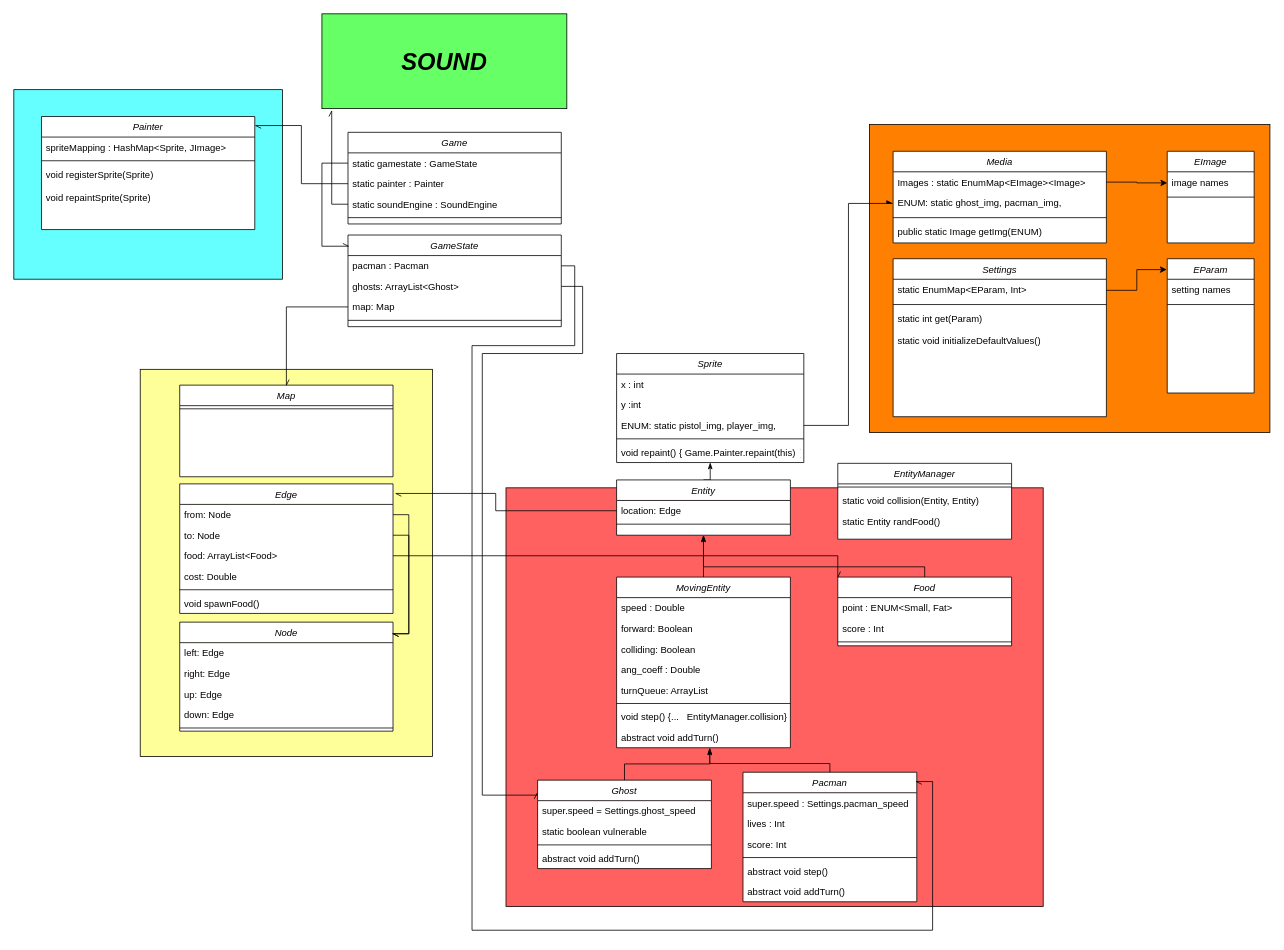
Above: ClassDiagram.drawio in cerfedino/SwingPacman (draw.io), before the change. Source tidied: cells renumbered, new cells numbered last; positions are measured from the earlier drawing's top-left corner, leaving out a move shared by most shapes. Both pictures are drawn from the tidied source at 79%, with x=0, y=0 at pixel (13, 13).
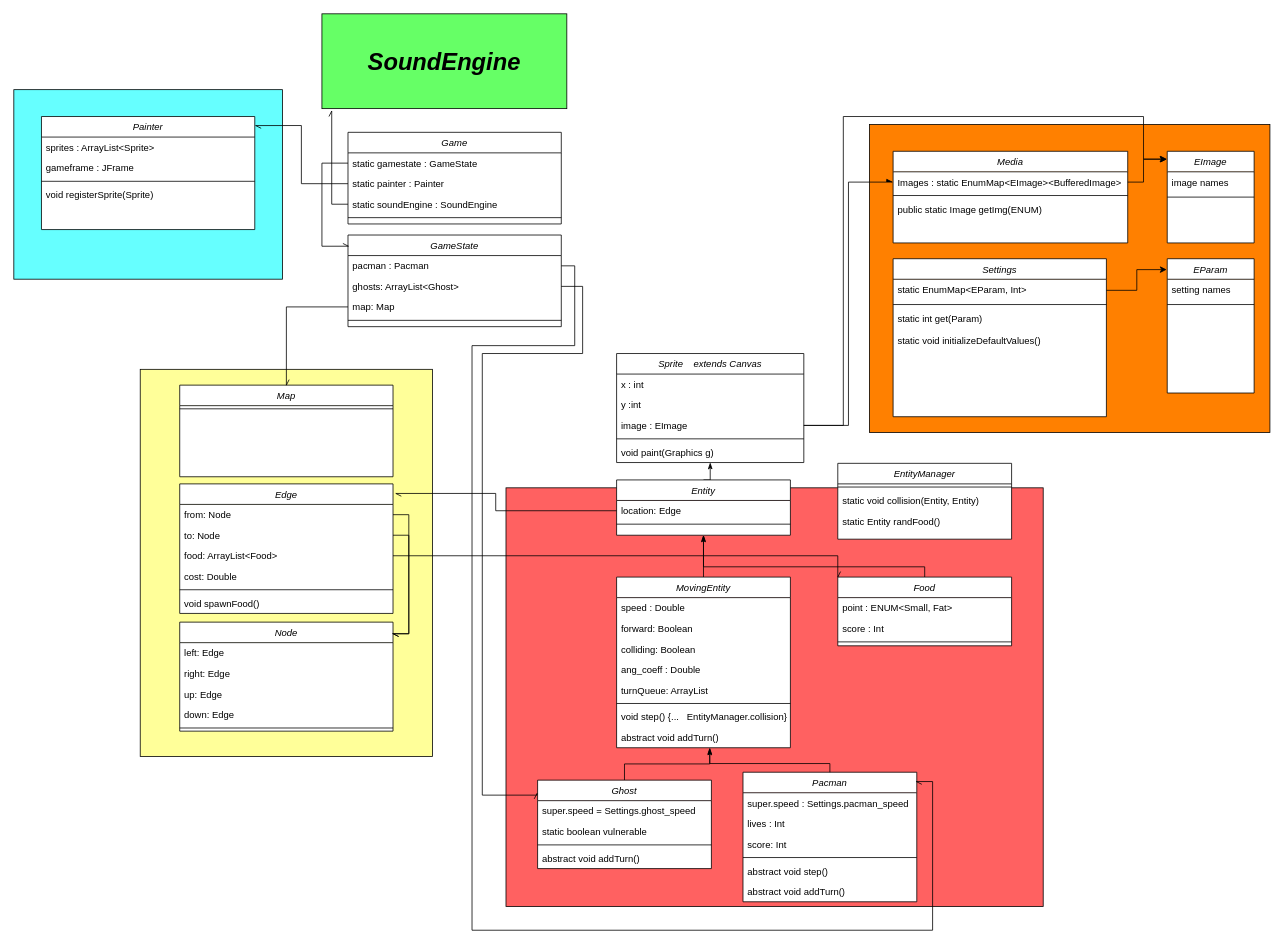
The same diagram, later.

Commit message (it also covers changes not shown here):
Fixed lag by making Sprite extend the graphic component itself. This leads to better performance and much cleaner code. Updated class diagram

The change refers to these unchanged cells:
```xml
<mxCell id="89" value="Painter" style="swimlane;fontStyle=2;align=center;verticalAlign=top;horizontal=1;startSize=26;rounded=0;shadow=0;strokeWidth=1;swimlaneFillColor=#ffffff;" parent="87" vertex="1">
  <mxGeometry x="35" y="34" width="270" height="143.1" as="geometry" />
</mxCell>
<mxCell id="106" value="EImage" style="swimlane;fontStyle=2;align=center;verticalAlign=top;horizontal=1;startSize=26;rounded=0;shadow=0;strokeWidth=1;swimlaneFillColor=#ffffff;" parent="1" vertex="1">
  <mxGeometry x="1460" y="174" width="110" height="116" as="geometry" />
</mxCell>
<mxCell id="107" value="image names" style="text;align=left;verticalAlign=top;spacingLeft=4;spacingRight=4;overflow=hidden;points=[[0,0.5],[1,0.5]];portConstraint=eastwest;rounded=0;shadow=0;html=0;" parent="106" vertex="1">
  <mxGeometry y="26" width="110" height="28" as="geometry" />
</mxCell>
```

The edit, as a diff of the source:
```diff
@@
-    <mxCell id="5" value="Sprite" style="swimlane;fontStyle=2;align=center;verticalAlign=top;horizontal=1;startSize=26;rounded=0;shadow=0;strokeWidth=1;swimlaneFillColor=#ffffff;" parent="1" vertex="1">
+    <mxCell id="5" value="Sprite    extends Canvas" style="swimlane;fontStyle=2;align=center;verticalAlign=top;horizontal=1;startSize=26;rounded=0;shadow=0;strokeWidth=1;swimlaneFillColor=#ffffff;" parent="1" vertex="1">
       <mxGeometry x="763" y="430" width="237" height="138" as="geometry" />
     </mxCell>
@@
-    <mxCell id="8" value="ENUM: static pistol_img, player_img," style="text;align=left;verticalAlign=top;spacingLeft=4;spacingRight=4;overflow=hidden;points=[[0,0.5],[1,0.5]];portConstraint=eastwest;rounded=0;shadow=0;html=0;" parent="5" vertex="1">
+    <mxCell id="8" value="image : EImage" style="text;align=left;verticalAlign=top;spacingLeft=4;spacingRight=4;overflow=hidden;points=[[0,0.5],[1,0.5]];portConstraint=eastwest;rounded=0;shadow=0;html=0;" parent="5" vertex="1">
       <mxGeometry y="78" width="237" height="26" as="geometry" />
     </mxCell>
@@
-    <mxCell id="10" value="void repaint() { Game.Painter.repaint(this)  }" style="text;align=left;verticalAlign=top;spacingLeft=4;spacingRight=4;overflow=hidden;rounded=0;shadow=0;html=0;" parent="5" vertex="1">
+    <mxCell id="10" value="void paint(Graphics g)" style="text;align=left;verticalAlign=top;spacingLeft=4;spacingRight=4;overflow=hidden;rounded=0;shadow=0;html=0;" parent="5" vertex="1">
       <mxGeometry y="112" width="237" height="26" as="geometry" />
     </mxCell>
     <mxCell id="11" value="Media" style="swimlane;fontStyle=2;align=center;verticalAlign=top;horizontal=1;startSize=26;rounded=0;shadow=0;strokeWidth=1;swimlaneFillColor=#ffffff;" parent="1" vertex="1">
-      <mxGeometry x="1113" y="174" width="270" height="116" as="geometry" />
+      <mxGeometry x="1113" y="174" width="297" height="116" as="geometry" />
     </mxCell>
-    <mxCell id="12" value="Images : static EnumMap&lt;EImage&gt;&lt;Image&gt;" style="text;align=left;verticalAlign=top;spacingLeft=4;spacingRight=4;overflow=hidden;points=[[0,0.5],[1,0.5]];portConstraint=eastwest;" parent="11" vertex="1">
-      <mxGeometry y="26" width="270" height="26" as="geometry" />
+    <mxCell id="12" value="Images : static EnumMap&lt;EImage&gt;&lt;BufferedImage&gt;" style="text;align=left;verticalAlign=top;spacingLeft=4;spacingRight=4;overflow=hidden;points=[[0,0.5],[1,0.5]];portConstraint=eastwest;" parent="11" vertex="1">
+      <mxGeometry y="26" width="297" height="26" as="geometry" />
     </mxCell>
-    <mxCell id="13" value="ENUM: static ghost_img, pacman_img," style="text;align=left;verticalAlign=top;spacingLeft=4;spacingRight=4;overflow=hidden;points=[[0,0.5],[1,0.5]];portConstraint=eastwest;rounded=0;shadow=0;html=0;" parent="11" vertex="1">
-      <mxGeometry y="52" width="270" height="28" as="geometry" />
-    </mxCell>
     <mxCell id="14" style="line;html=1;strokeWidth=1;align=left;verticalAlign=middle;spacingTop=-1;spacingLeft=3;spacingRight=3;labelPosition=right;" parent="11" vertex="1">
-      <mxGeometry y="80" width="270" height="8" as="geometry" />
+      <mxGeometry y="52" width="297" height="8" as="geometry" />
     </mxCell>
     <mxCell id="15" value="public static Image getImg(ENUM)" style="text;align=left;verticalAlign=top;spacingLeft=4;spacingRight=4;overflow=hidden;rounded=0;shadow=0;html=0;" parent="11" vertex="1">
-      <mxGeometry y="88" width="270" height="28" as="geometry" />
+      <mxGeometry y="60" width="297" height="28" as="geometry" />
     </mxCell>
@@
-    <mxCell id="27" style="edgeStyle=orthogonalEdgeStyle;rounded=0;jettySize=auto;html=1;exitX=1;exitY=0.5;exitDx=0;exitDy=0;entryX=0;entryY=0.5;entryDx=0;entryDy=0;endArrow=async;endFill=1;" parent="1" edge="1" source="8" target="13">
+    <mxCell id="27" style="edgeStyle=orthogonalEdgeStyle;rounded=0;jettySize=auto;html=1;exitX=1;exitY=0.5;exitDx=0;exitDy=0;entryX=0;entryY=0.5;entryDx=0;entryDy=0;endArrow=async;endFill=1;" parent="1" edge="1" source="8" target="12">
       <mxGeometry relative="1" as="geometry" />
     </mxCell>
@@
-    <mxCell id="86" value="&lt;font style=&quot;font-size: 30px;&quot;&gt;SOUND&lt;/font&gt;" style="rounded=0;whiteSpace=wrap;html=1;fillColor=#66FF66;fontStyle=3;horizontal=1;fontSize=30;" parent="1" vertex="1">
+    <mxCell id="86" value="&lt;font style=&quot;font-size: 30px&quot;&gt;SoundEngine&lt;/font&gt;" style="rounded=0;whiteSpace=wrap;html=1;fillColor=#66FF66;fontStyle=3;horizontal=1;fontSize=30;" parent="1" vertex="1">
       <mxGeometry x="390" width="310" height="120" as="geometry" />
     </mxCell>
@@
-    <mxCell id="90" value="spriteMapping : HashMap&lt;Sprite, JImage&gt;" style="text;align=left;verticalAlign=top;spacingLeft=4;spacingRight=4;overflow=hidden;" parent="89" vertex="1">
+    <mxCell id="90" value="sprites : ArrayList&lt;Sprite&gt;" style="text;align=left;verticalAlign=top;spacingLeft=4;spacingRight=4;overflow=hidden;" parent="89" vertex="1">
       <mxGeometry y="26" width="270" height="26" as="geometry" />
     </mxCell>
+    <mxCell id="110" value="gameframe : JFrame" style="text;align=left;verticalAlign=top;spacingLeft=4;spacingRight=4;overflow=hidden;" parent="89" vertex="1">
+      <mxGeometry y="52" width="270" height="26" as="geometry" />
+    </mxCell>
     <mxCell id="91" style="line;html=1;strokeWidth=1;align=left;verticalAlign=middle;spacingTop=-1;spacingLeft=3;spacingRight=3;labelPosition=right;" parent="89" vertex="1">
-      <mxGeometry y="52" width="270" height="8" as="geometry" />
+      <mxGeometry y="78" width="270" height="8" as="geometry" />
     </mxCell>
     <mxCell id="92" value="void registerSprite(Sprite)" style="text;align=left;verticalAlign=top;spacingLeft=4;spacingRight=4;overflow=hidden;rounded=0;shadow=0;html=0;" parent="89" vertex="1">
-      <mxGeometry y="60" width="270" height="30" as="geometry" />
+      <mxGeometry y="86" width="270" height="30" as="geometry" />
     </mxCell>
-    <mxCell id="93" value="void repaintSprite(Sprite)" style="text;align=left;verticalAlign=top;spacingLeft=4;spacingRight=4;overflow=hidden;rounded=0;shadow=0;html=0;" parent="89" vertex="1">
-      <mxGeometry y="90" width="270" height="30" as="geometry" />
-    </mxCell>
@@
-    <mxCell id="109" style="edgeStyle=orthogonalEdgeStyle;rounded=0;jettySize=auto;html=1;exitX=1;exitY=0.5;exitDx=0;exitDy=0;entryX=0;entryY=0.5;entryDx=0;entryDy=0;" parent="1" edge="1" source="12" target="107">
-      <mxGeometry relative="1" as="geometry" />
+    <mxCell id="109" style="edgeStyle=orthogonalEdgeStyle;rounded=0;jettySize=auto;html=1;exitX=1;exitY=0.5;exitDx=0;exitDy=0;entryX=-0.002;entryY=0.086;entryDx=0;entryDy=0;entryPerimeter=0;" parent="1" edge="1" source="12" target="106">
+      <mxGeometry relative="1" as="geometry">
+        <Array as="points">
+          <mxPoint x="1430" y="213" />
+          <mxPoint x="1430" y="184" />
+        </Array>
+      </mxGeometry>
     </mxCell>
+    <mxCell id="111" style="edgeStyle=orthogonalEdgeStyle;rounded=0;jettySize=auto;html=1;exitX=1;exitY=0.5;exitDx=0;exitDy=0;" parent="1" edge="1" source="8">
+      <mxGeometry relative="1" as="geometry">
+        <mxPoint x="1459" y="184" as="targetPoint" />
+        <Array as="points">
+          <mxPoint x="1050" y="521" />
+          <mxPoint x="1050" y="130" />
+          <mxPoint x="1430" y="130" />
+          <mxPoint x="1430" y="184" />
+        </Array>
+      </mxGeometry>
+    </mxCell>
```
